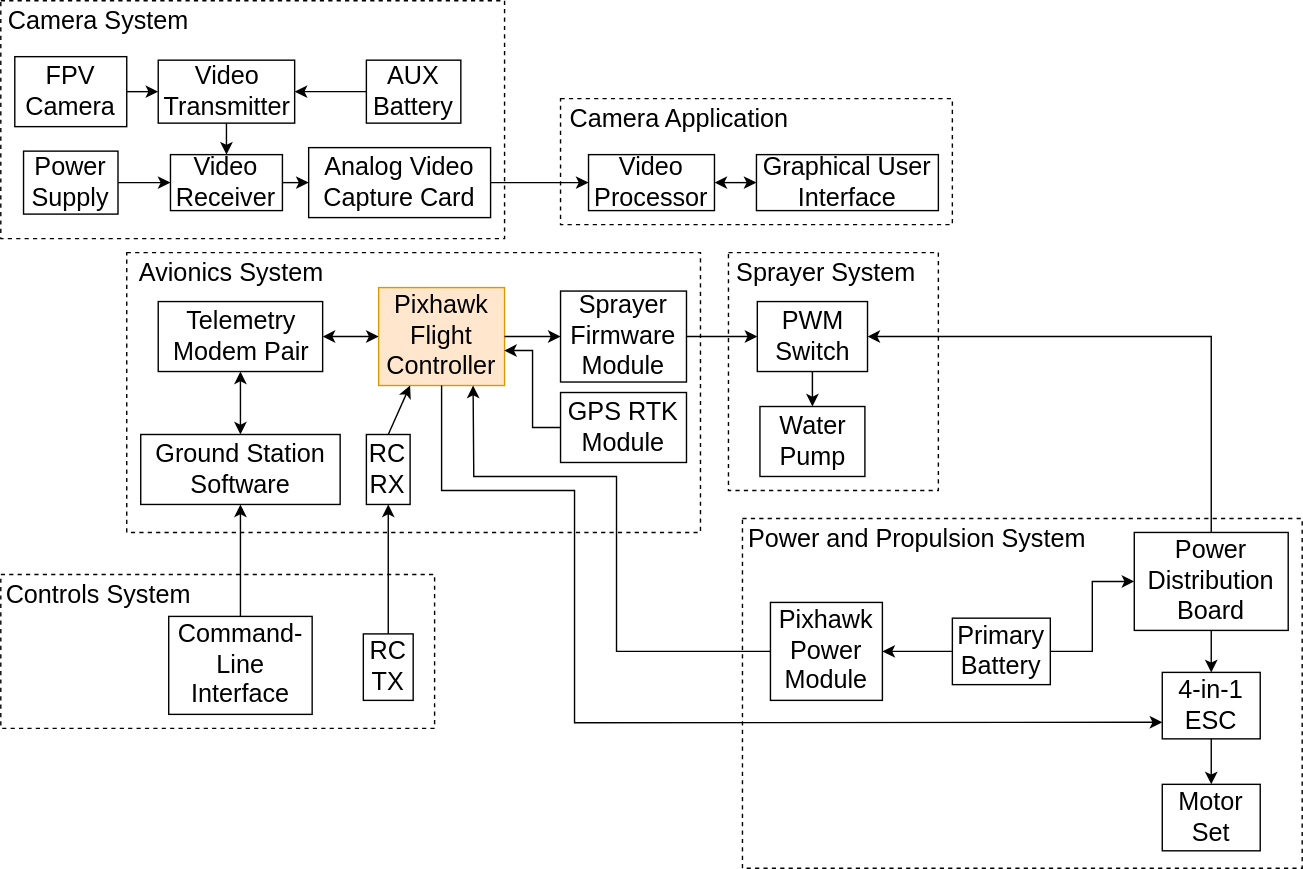
This is resources/images/ads_r2.svg from nguyent11/vermwasp-drone, a draw.io export, as it was before one commit. Source tidied: cells renumbered, new cells last; positions are measured from the earlier drawing's top-left corner, leaving out a move shared by most shapes.
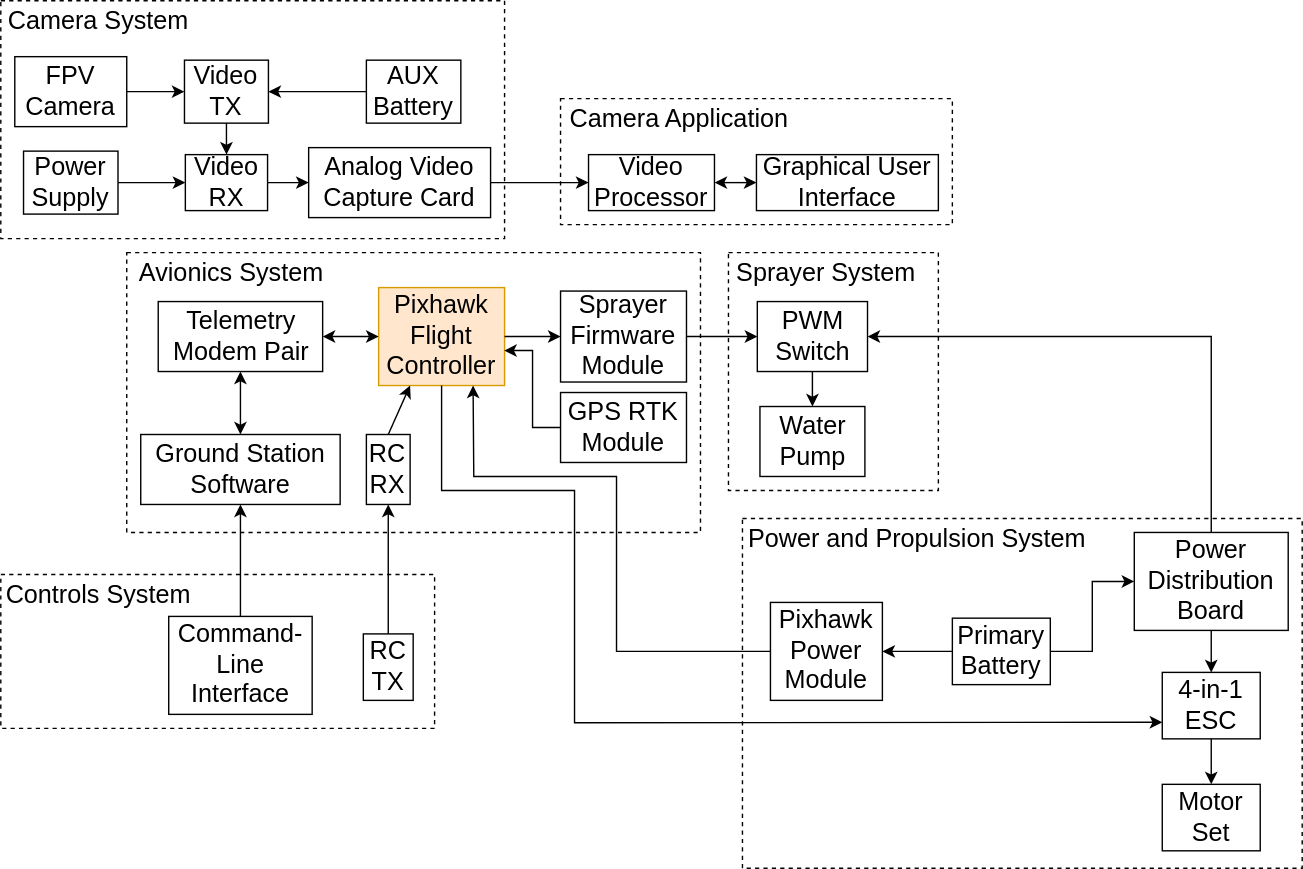
The same diagram one commit later.

What changed in the source:
```diff
@@ -11,14 +11,14 @@
     <mxCell id="4" value="&lt;font style=&quot;font-size: 18px;&quot;&gt;FPV Camera&lt;/font&gt;" style="rounded=0;whiteSpace=wrap;html=1;" parent="1" vertex="1">
       <mxGeometry x="10" y="40" width="80" height="50" as="geometry" />
     </mxCell>
-    <mxCell id="5" value="&lt;font style=&quot;font-size: 18px;&quot;&gt;Video&lt;br&gt;Transmitter&lt;/font&gt;" style="rounded=0;whiteSpace=wrap;html=1;" parent="1" vertex="1">
-      <mxGeometry x="112.5" y="42.5" width="97.5" height="45" as="geometry" />
+    <mxCell id="5" value="&lt;font style=&quot;font-size: 18px;&quot;&gt;Video&lt;br&gt;TX&lt;br&gt;&lt;/font&gt;" style="rounded=0;whiteSpace=wrap;html=1;" parent="1" vertex="1">
+      <mxGeometry x="131.2" y="42.5" width="60" height="45" as="geometry" />
     </mxCell>
     <mxCell id="6" style="endArrow=classic;html=1;rounded=0;exitX=1;exitY=0.5;exitDx=0;exitDy=0;entryX=0;entryY=0.5;entryDx=0;entryDy=0;" parent="1" edge="1" source="4" target="5">
       <mxGeometry relative="1" as="geometry" />
     </mxCell>
-    <mxCell id="7" value="&lt;font style=&quot;font-size: 18px;&quot;&gt;Video Receiver&lt;/font&gt;" style="rounded=0;whiteSpace=wrap;html=1;" parent="1" vertex="1">
-      <mxGeometry x="121.2" y="110" width="80" height="40" as="geometry" />
+    <mxCell id="7" value="&lt;font style=&quot;font-size: 18px;&quot;&gt;Video&lt;br&gt;RX&lt;/font&gt;" style="rounded=0;whiteSpace=wrap;html=1;" parent="1" vertex="1">
+      <mxGeometry x="131.9" y="110" width="58.8" height="40" as="geometry" />
     </mxCell>
     <mxCell id="8" style="endArrow=classic;html=1;rounded=0;exitX=0.5;exitY=1;exitDx=0;exitDy=0;entryX=0.5;entryY=0;entryDx=0;entryDy=0;" parent="1" edge="1" source="5" target="7">
       <mxGeometry relative="1" as="geometry" />
```
